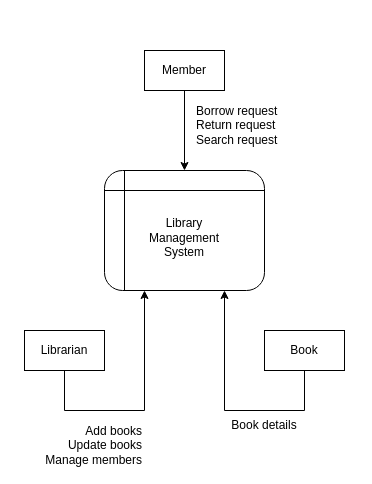
Above: page "Level-0 DFD" (1 of 2) of System Analysis & Design/Lab/1libraryManagementSystem.drawio in AyuTUL/V (draw.io), before the change. Source tidied: cells renumbered, new cells numbered last; positions are measured from the earlier drawing's top-left corner, leaving out a move shared by most shapes. Both pictures are drawn from the tidied source at 100%, with x=0, y=0 at pixel (24, 50).
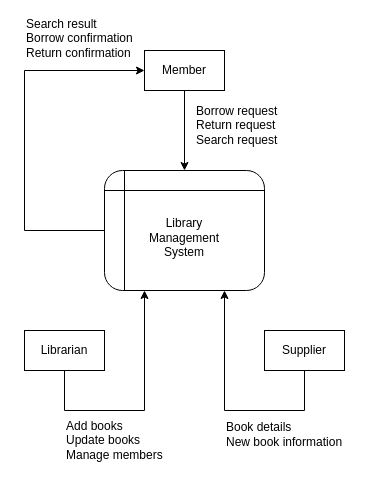
After the change.

What changed in the source:
```diff
@@
 <mxGraphModel>
   <root>
     <mxCell id="0" />
     <mxCell id="1" parent="0" />
     <mxCell id="2" value="Member" style="html=1;dashed=0;whiteSpace=wrap;" parent="1" vertex="1">
       <mxGeometry x="120" width="80" height="40" as="geometry" />
     </mxCell>
     <mxCell id="3" style="edgeStyle=orthogonalEdgeStyle;rounded=0;jettySize=auto;html=1;entryX=0.75;entryY=1;entryDx=0;entryDy=0;" parent="1" edge="1" source="4" target="8">
       <mxGeometry relative="1" as="geometry">
         <Array as="points">
           <mxPoint x="200" y="360" />
         </Array>
       </mxGeometry>
     </mxCell>
-    <mxCell id="4" value="Book" style="html=1;dashed=0;whiteSpace=wrap;" parent="1" vertex="1">
+    <mxCell id="4" value="Supplier" style="html=1;dashed=0;whiteSpace=wrap;" parent="1" vertex="1">
       <mxGeometry x="240" y="280" width="80" height="40" as="geometry" />
     </mxCell>
     <mxCell id="5" style="edgeStyle=orthogonalEdgeStyle;rounded=0;jettySize=auto;html=1;entryX=0.25;entryY=1;entryDx=0;entryDy=0;" parent="1" edge="1" source="6" target="8">
       <mxGeometry relative="1" as="geometry">
         <Array as="points">
           <mxPoint x="40" y="360" />
           <mxPoint x="120" y="360" />
         </Array>
       </mxGeometry>
     </mxCell>
     <mxCell id="6" value="Librarian" style="html=1;dashed=0;whiteSpace=wrap;" parent="1" vertex="1">
       <mxGeometry y="280" width="80" height="40" as="geometry" />
     </mxCell>
     <mxCell id="7" style="endArrow=classic;html=1;rounded=0;entryX=0.5;entryY=0;entryDx=0;entryDy=0;exitX=0.5;exitY=1;exitDx=0;exitDy=0;" parent="1" edge="1" source="2">
       <mxGeometry relative="1" as="geometry">
         <mxPoint x="160" y="120" as="targetPoint" />
       </mxGeometry>
     </mxCell>
+    <mxCell id="12" style="edgeStyle=orthogonalEdgeStyle;rounded=0;jettySize=auto;html=1;exitX=0;exitY=0.5;exitDx=0;exitDy=0;entryX=0;entryY=0.5;entryDx=0;entryDy=0;" parent="1" edge="1" source="8" target="2">
+      <mxGeometry relative="1" as="geometry">
+        <Array as="points">
+          <mxPoint y="180" />
+          <mxPoint y="20" />
+        </Array>
+      </mxGeometry>
+    </mxCell>
     <mxCell id="8" value="&lt;div&gt;&lt;br&gt;&lt;/div&gt;Library&lt;div&gt;Managemen&lt;span style=&quot;background-color: transparent; color: light-dark(rgb(0, 0, 0), rgb(255, 255, 255));&quot;&gt;t&lt;/span&gt;&lt;/div&gt;&lt;div&gt;&lt;span style=&quot;background-color: transparent; color: light-dark(rgb(0, 0, 0), rgb(255, 255, 255));&quot;&gt;System&lt;/span&gt;&lt;/div&gt;" style="shape=internalStorage;whiteSpace=wrap;html=1;backgroundOutline=1;rounded=1;" parent="1" vertex="1">
       <mxGeometry x="80" y="120" width="160" height="120" as="geometry" />
     </mxCell>
     <mxCell id="9" value="Borrow request&lt;div&gt;Return request&lt;/div&gt;&lt;div&gt;Search request&lt;/div&gt;" style="text;html=1;whiteSpace=wrap;strokeColor=none;fillColor=none;align=left;verticalAlign=middle;rounded=0;" parent="1" vertex="1">
       <mxGeometry x="170" y="60" width="120" height="30" as="geometry" />
     </mxCell>
-    <mxCell id="10" value="Add books&lt;div&gt;Update books&lt;/div&gt;&lt;div&gt;Manage members&lt;/div&gt;" style="text;html=1;whiteSpace=wrap;strokeColor=none;fillColor=none;align=right;verticalAlign=middle;rounded=0;" parent="1" vertex="1">
-      <mxGeometry y="380" width="120" height="30" as="geometry" />
+    <mxCell id="10" value="Add books&lt;div&gt;Update books&lt;/div&gt;&lt;div&gt;Manage members&lt;/div&gt;" style="text;html=1;whiteSpace=wrap;strokeColor=none;fillColor=none;align=left;verticalAlign=middle;rounded=0;" parent="1" vertex="1">
+      <mxGeometry x="40" y="375" width="120" height="30" as="geometry" />
     </mxCell>
-    <mxCell id="11" value="Book details" style="text;html=1;whiteSpace=wrap;strokeColor=none;fillColor=none;align=center;verticalAlign=middle;rounded=0;" parent="1" vertex="1">
-      <mxGeometry x="190" y="360" width="100" height="30" as="geometry" />
+    <mxCell id="11" value="Book details&lt;div&gt;New book information&lt;/div&gt;" style="text;html=1;whiteSpace=wrap;strokeColor=none;fillColor=none;align=left;verticalAlign=middle;rounded=0;" parent="1" vertex="1">
+      <mxGeometry x="200" y="369" width="130" height="30" as="geometry" />
     </mxCell>
+    <mxCell id="13" value="Search result&lt;br&gt;Borrow confirmation&lt;br&gt;Return confirmation" style="text;html=1;whiteSpace=wrap;strokeColor=none;fillColor=none;align=left;verticalAlign=middle;rounded=0;" parent="1" vertex="1">
+      <mxGeometry y="-27" width="120" height="30" as="geometry" />
+    </mxCell>
   </root>
 </mxGraphModel>
```
